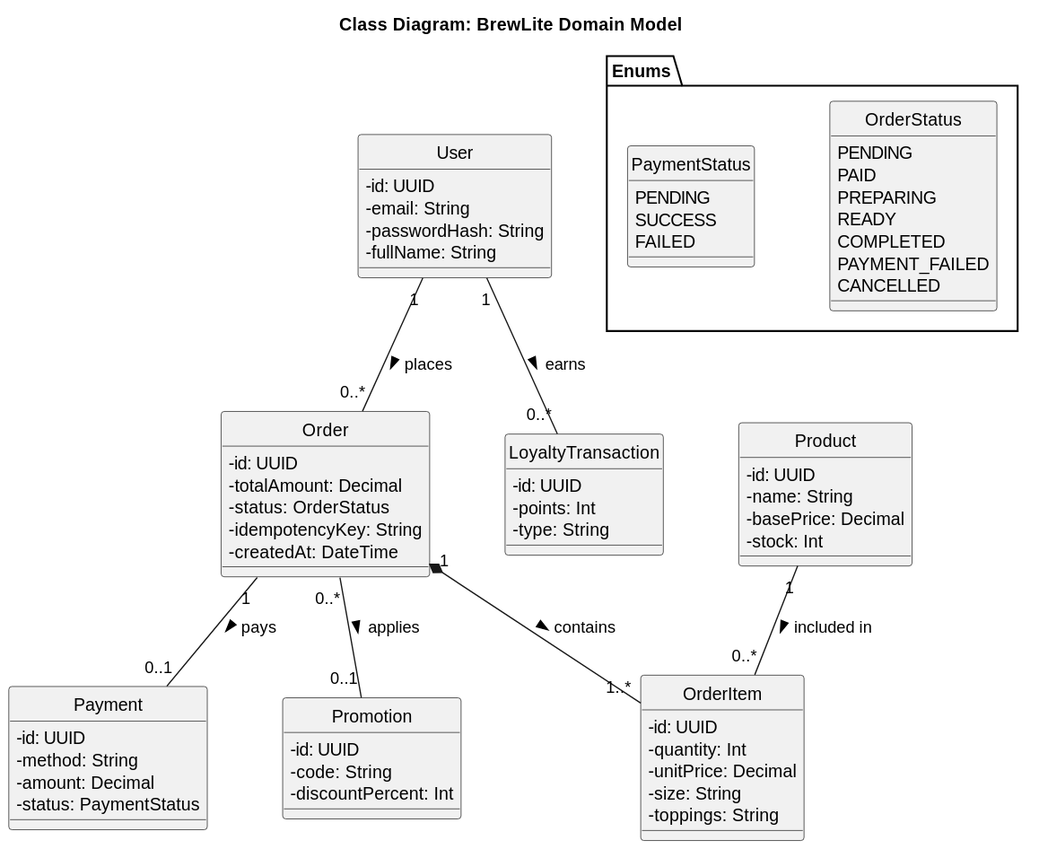
nguyentriet2k69-lang/brew-lite2 keeps this PlantUML diagram as docs/diagrams/class-domain.svg. Above is the earlier version. The source it was exported from:
```plantuml
@startuml
skinparam style strictuml
skinparam classAttributeIconSize 0
skinparam nodesep 60
skinparam ranksep 60

title Class Diagram: BrewLite Domain Model

package "Enums" {
  enum OrderStatus {
    PENDING
    PAID
    PREPARING
    READY
    COMPLETED
    PAYMENT_FAILED
    CANCELLED
  }

  enum PaymentStatus {
    PENDING
    SUCCESS
    FAILED
  }
}

class User {
  - id: UUID
  - email: String
  - passwordHash: String
  - fullName: String
}

class Product {
  - id: UUID
  - name: String
  - basePrice: Decimal
  - stock: Int
}

class Order {
  - id: UUID
  - totalAmount: Decimal
  - status: OrderStatus
  - idempotencyKey: String
  - createdAt: DateTime
}

class OrderItem {
  - id: UUID
  - quantity: Int
  - unitPrice: Decimal
  - size: String
  - toppings: String
}

class Payment {
  - id: UUID
  - method: String
  - amount: Decimal
  - status: PaymentStatus
}

class Promotion {
  - id: UUID
  - code: String
  - discountPercent: Int
}

class LoyaltyTransaction {
  - id: UUID
  - points: Int
  - type: String
}

User "1" -- "0..*" Order : places >
Order "1" *-- "1..*" OrderItem : contains >
Product "1" -- "0..*" OrderItem : included in >
Order "1" -- "0..1" Payment : pays >
Order "0..*" -- "0..1" Promotion : applies >
User "1" -- "0..*" LoyaltyTransaction : earns >
@enduml
```
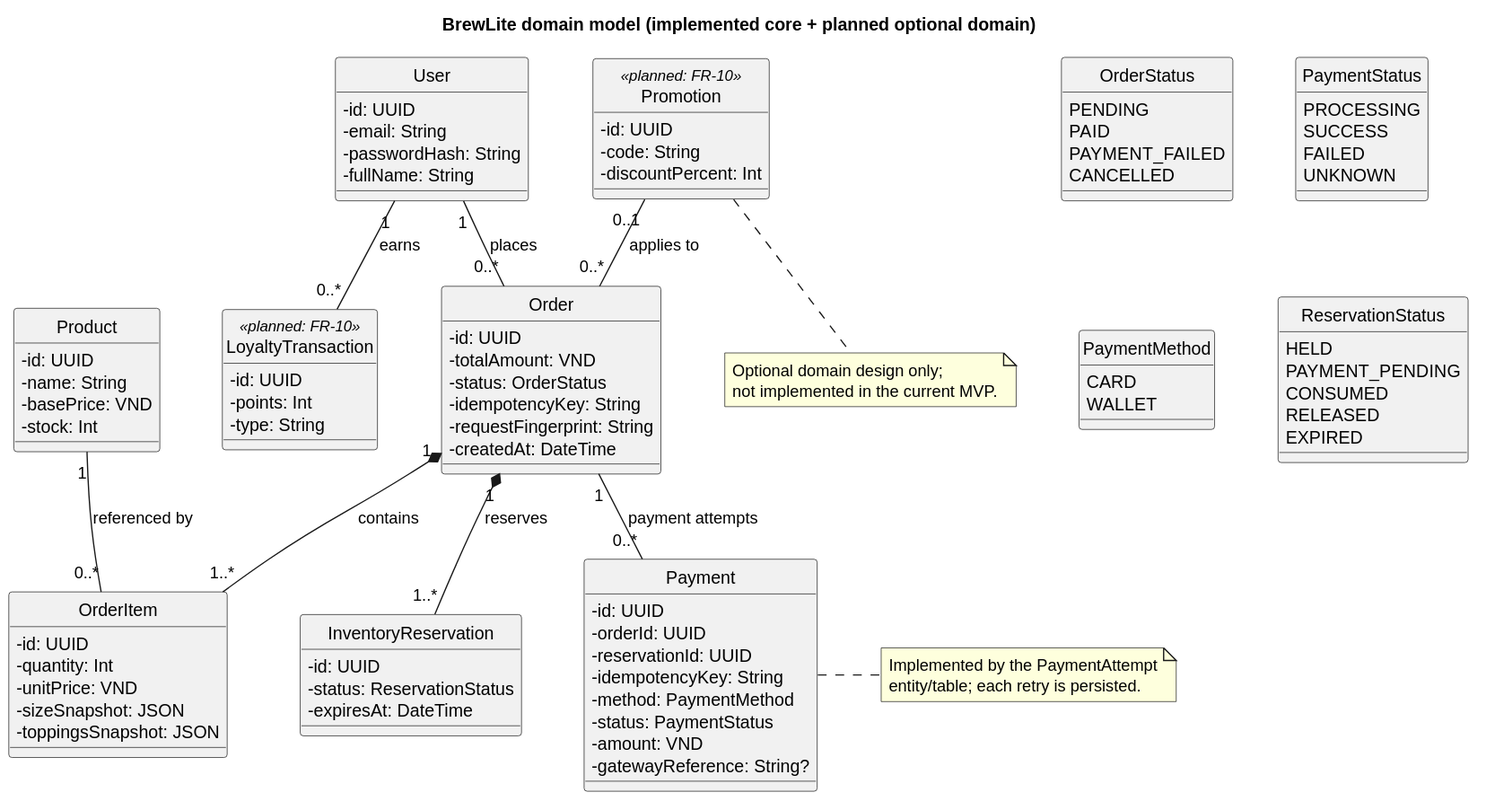
Later version of the same file.

Diff of the diagram source:
```diff
@@ -1,27 +1,36 @@
 @startuml
 skinparam style strictuml
 skinparam classAttributeIconSize 0
-skinparam nodesep 60
-skinparam ranksep 60
+skinparam nodesep 50
+skinparam ranksep 50
 
-title Class Diagram: BrewLite Domain Model
+title BrewLite domain model (implemented core + planned optional domain)
 
-package "Enums" {
-  enum OrderStatus {
-    PENDING
-    PAID
-    PREPARING
-    READY
-    COMPLETED
-    PAYMENT_FAILED
-    CANCELLED
-  }
+enum OrderStatus {
+  PENDING
+  PAID
+  PAYMENT_FAILED
+  CANCELLED
+}
 
-  enum PaymentStatus {
-    PENDING
-    SUCCESS
-    FAILED
-  }
+enum PaymentStatus {
+  PROCESSING
+  SUCCESS
+  FAILED
+  UNKNOWN
+}
+
+enum PaymentMethod {
+  CARD
+  WALLET
+}
+
+enum ReservationStatus {
+  HELD
+  PAYMENT_PENDING
+  CONSUMED
+  RELEASED
+  EXPIRED
 }
 
 class User {
@@ -34,49 +43,70 @@
 class Product {
   - id: UUID
   - name: String
-  - basePrice: Decimal
+  - basePrice: VND
   - stock: Int
 }
 
 class Order {
   - id: UUID
-  - totalAmount: Decimal
+  - totalAmount: VND
   - status: OrderStatus
   - idempotencyKey: String
+  - requestFingerprint: String
   - createdAt: DateTime
 }
 
 class OrderItem {
   - id: UUID
   - quantity: Int
-  - unitPrice: Decimal
-  - size: String
-  - toppings: String
+  - unitPrice: VND
+  - sizeSnapshot: JSON
+  - toppingsSnapshot: JSON
 }
 
 class Payment {
   - id: UUID
-  - method: String
-  - amount: Decimal
+  - orderId: UUID
+  - reservationId: UUID
+  - idempotencyKey: String
+  - method: PaymentMethod
   - status: PaymentStatus
+  - amount: VND
+  - gatewayReference: String?
 }
 
-class Promotion {
+class InventoryReservation {
+  - id: UUID
+  - status: ReservationStatus
+  - expiresAt: DateTime
+}
+
+class Promotion <<planned: FR-10>> {
   - id: UUID
   - code: String
   - discountPercent: Int
 }
 
-class LoyaltyTransaction {
+class LoyaltyTransaction <<planned: FR-10>> {
   - id: UUID
   - points: Int
   - type: String
 }
 
-User "1" -- "0..*" Order : places >
-Order "1" *-- "1..*" OrderItem : contains >
-Product "1" -- "0..*" OrderItem : included in >
-Order "1" -- "0..1" Payment : pays >
-Order "0..*" -- "0..1" Promotion : applies >
-User "1" -- "0..*" LoyaltyTransaction : earns >
+User "1" -- "0..*" Order : places
+Order "1" *-- "1..*" OrderItem : contains
+Product "1" -- "0..*" OrderItem : referenced by
+Order "1" -- "0..*" Payment : payment attempts
+Order "1" *-- "1..*" InventoryReservation : reserves
+User "1" -- "0..*" LoyaltyTransaction : earns
+Promotion "0..1" -- "0..*" Order : applies to
+
+note right of Payment
+  Implemented by the PaymentAttempt
+  entity/table; each retry is persisted.
+end note
+note bottom of Promotion
+  Optional domain design only;
+  not implemented in the current MVP.
+end note
 @enduml
```
